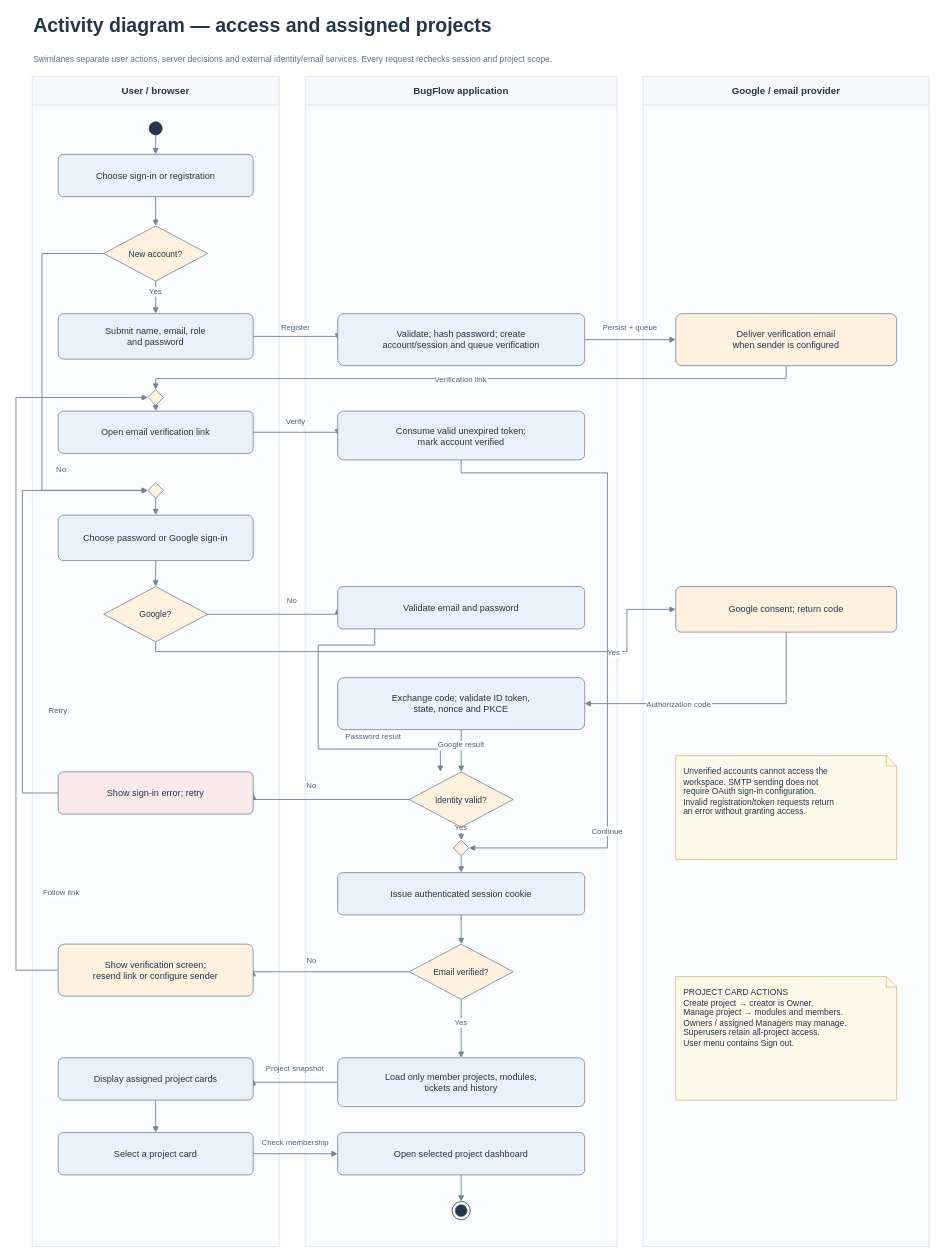
The draw.io diagram page "Activity diagram — access and assigned projects" (1 of 3) of diagrams/BugFlow_Activity_Diagram.drawio in SidwellDee/bugflow, before the edit. Source tidied: cells renumbered, new cells numbered last; positions are measured from the earlier drawing's top-left corner, leaving out a move shared by most shapes. Both pictures are drawn from the tidied source at 65%, with x=0, y=0 at pixel (16, 11).
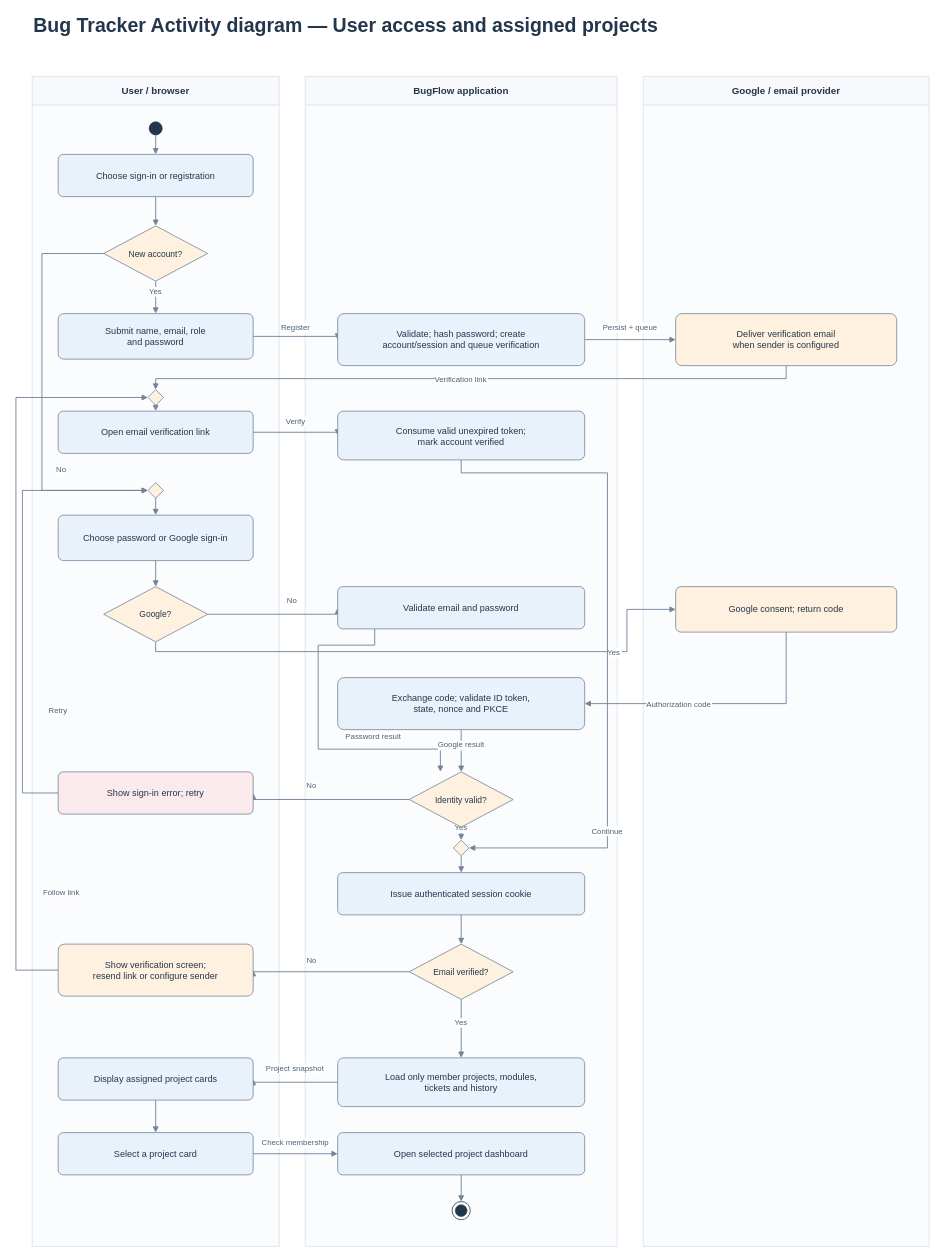
After the change.

Change to the diagram source:
```diff
@@
-    <mxCell id="34" value="Activity diagram — access and assigned projects" style="html=0;whiteSpace=wrap;fontFamily=Arial;fontSize=30;fontColor=#24364b;strokeColor=#718299;strokeWidth=1.2;fillColor=#ffffff;shape=rectangle;strokeColor=none;fillColor=none;align=left;verticalAlign=middle;fontStyle=1;" parent="1" vertex="1">
+    <mxCell id="34" value="Bug Tracker Activity diagram — User access and assigned projects" style="html=0;whiteSpace=wrap;fontFamily=Arial;fontSize=30;fontColor=#24364b;strokeColor=#718299;strokeWidth=1.2;fillColor=#ffffff;shape=rectangle;strokeColor=none;fillColor=none;align=left;verticalAlign=middle;fontStyle=1;" parent="1" vertex="1">
       <mxGeometry x="25" width="1380" height="42" as="geometry" />
     </mxCell>
-    <mxCell id="35" value="Swimlanes separate user actions, server decisions and external identity/email services. Every request rechecks session and project scope." style="html=0;whiteSpace=wrap;fontFamily=Arial;fontSize=13;fontColor=#627389;strokeColor=#718299;strokeWidth=1.2;fillColor=#ffffff;shape=rectangle;strokeColor=none;fillColor=none;align=left;verticalAlign=middle;" parent="1" vertex="1">
-      <mxGeometry x="25" y="53" width="1380" height="40" as="geometry" />
-    </mxCell>
@@
-    <mxCell id="60" value="PROJECT CARD ACTIONS&#10;Create project → creator is Owner.&#10;Manage project → modules and members.&#10;Owners / assigned Managers may manage.&#10;Superusers retain all-project access.&#10;User menu contains Sign out." style="html=0;whiteSpace=wrap;fontFamily=Arial;fontSize=13;fontColor=#24364b;strokeColor=#718299;strokeWidth=1.2;fillColor=#fff9eb;shape=note;size=16;align=left;verticalAlign=top;spacing=12;strokeColor=#d5bb7b;" parent="1" vertex="1">
-      <mxGeometry x="1015" y="1485" width="340" height="190" as="geometry" />
-    </mxCell>
-    <mxCell id="61" value="Unverified accounts cannot access the&#10;workspace. SMTP sending does not&#10;require OAuth sign-in configuration.&#10;Invalid registration/token requests return&#10;an error without granting access." style="html=0;whiteSpace=wrap;fontFamily=Arial;fontSize=13;fontColor=#24364b;strokeColor=#718299;strokeWidth=1.2;fillColor=#fff9eb;shape=note;size=16;align=left;verticalAlign=top;spacing=12;strokeColor=#d5bb7b;" parent="1" vertex="1">
-      <mxGeometry x="1015" y="1145" width="340" height="160" as="geometry" />
-    </mxCell>
```
